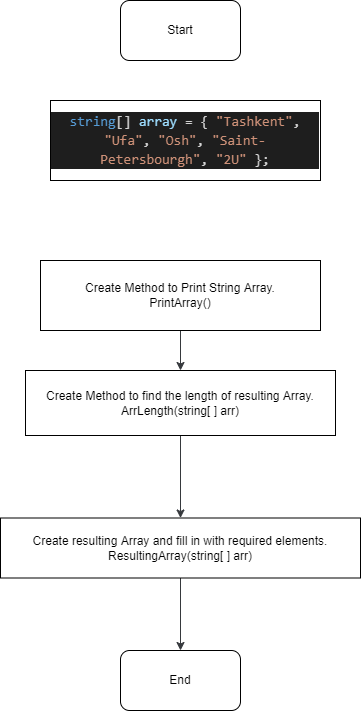
sanjakhmedov/FinalTask keeps this draw.io diagram as FinalTaskAlgorithm.drawio.png. Above is the earlier version. Source tidied: cells renumbered, new cells last; positions are measured from the earlier drawing's top-left corner, leaving out a move shared by most shapes.
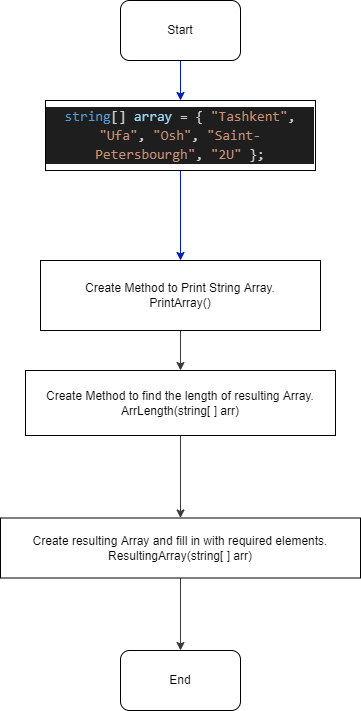
After the change.

What changed in the source:
```diff
@@ -2,6 +2,9 @@
   <root>
     <mxCell id="0" />
     <mxCell id="1" parent="0" />
+    <mxCell id="11" style="edgeStyle=none;html=1;exitX=0.5;exitY=1;exitDx=0;exitDy=0;entryX=0.5;entryY=0;entryDx=0;entryDy=0;fillColor=#0050ef;strokeColor=#001DBC;" parent="1" edge="1" source="2" target="9">
+      <mxGeometry relative="1" as="geometry" />
+    </mxCell>
     <mxCell id="2" value="Start" style="rounded=1;whiteSpace=wrap;html=1;" parent="1" vertex="1">
       <mxGeometry x="120" width="120" height="60" as="geometry" />
     </mxCell>
@@ -23,8 +26,11 @@
     <mxCell id="8" value="&lt;span style=&quot;text-align: left&quot;&gt;Create resulting Array and fill in with required elements.&lt;br&gt;ResultingArray(string[ ] arr)&lt;br&gt;&lt;/span&gt;" style="whiteSpace=wrap;html=1;rounded=0;" parent="1" vertex="1">
       <mxGeometry y="517.5" width="360" height="60" as="geometry" />
     </mxCell>
+    <mxCell id="12" style="edgeStyle=none;html=1;exitX=0.5;exitY=1;exitDx=0;exitDy=0;entryX=0.5;entryY=0;entryDx=0;entryDy=0;fillColor=#0050ef;strokeColor=#001DBC;" parent="1" edge="1" source="9" target="4">
+      <mxGeometry relative="1" as="geometry" />
+    </mxCell>
     <mxCell id="9" value="&lt;div style=&quot;color: rgb(212 , 212 , 212) ; background-color: rgb(30 , 30 , 30) ; font-family: &amp;#34;consolas&amp;#34; , &amp;#34;courier new&amp;#34; , monospace ; font-size: 14px ; line-height: 19px&quot;&gt;&lt;span style=&quot;color: #569cd6&quot;&gt;string&lt;/span&gt;[] &lt;span style=&quot;color: #9cdcfe&quot;&gt;array&lt;/span&gt; = { &lt;span style=&quot;color: #ce9178&quot;&gt;&quot;Tashkent&quot;&lt;/span&gt;, &lt;span style=&quot;color: #ce9178&quot;&gt;&quot;Ufa&quot;&lt;/span&gt;, &lt;span style=&quot;color: #ce9178&quot;&gt;&quot;Osh&quot;&lt;/span&gt;, &lt;span style=&quot;color: #ce9178&quot;&gt;&quot;Saint-Petersbourgh&quot;&lt;/span&gt;, &lt;span style=&quot;color: #ce9178&quot;&gt;&quot;2U&quot;&lt;/span&gt; };&lt;/div&gt;" style="rounded=0;whiteSpace=wrap;html=1;" parent="1" vertex="1">
-      <mxGeometry x="50" y="100" width="270" height="80" as="geometry" />
+      <mxGeometry x="45" y="100" width="270" height="70" as="geometry" />
     </mxCell>
     <mxCell id="10" value="End" style="rounded=1;whiteSpace=wrap;html=1;" parent="1" vertex="1">
       <mxGeometry x="120" y="650" width="120" height="60" as="geometry" />
```
